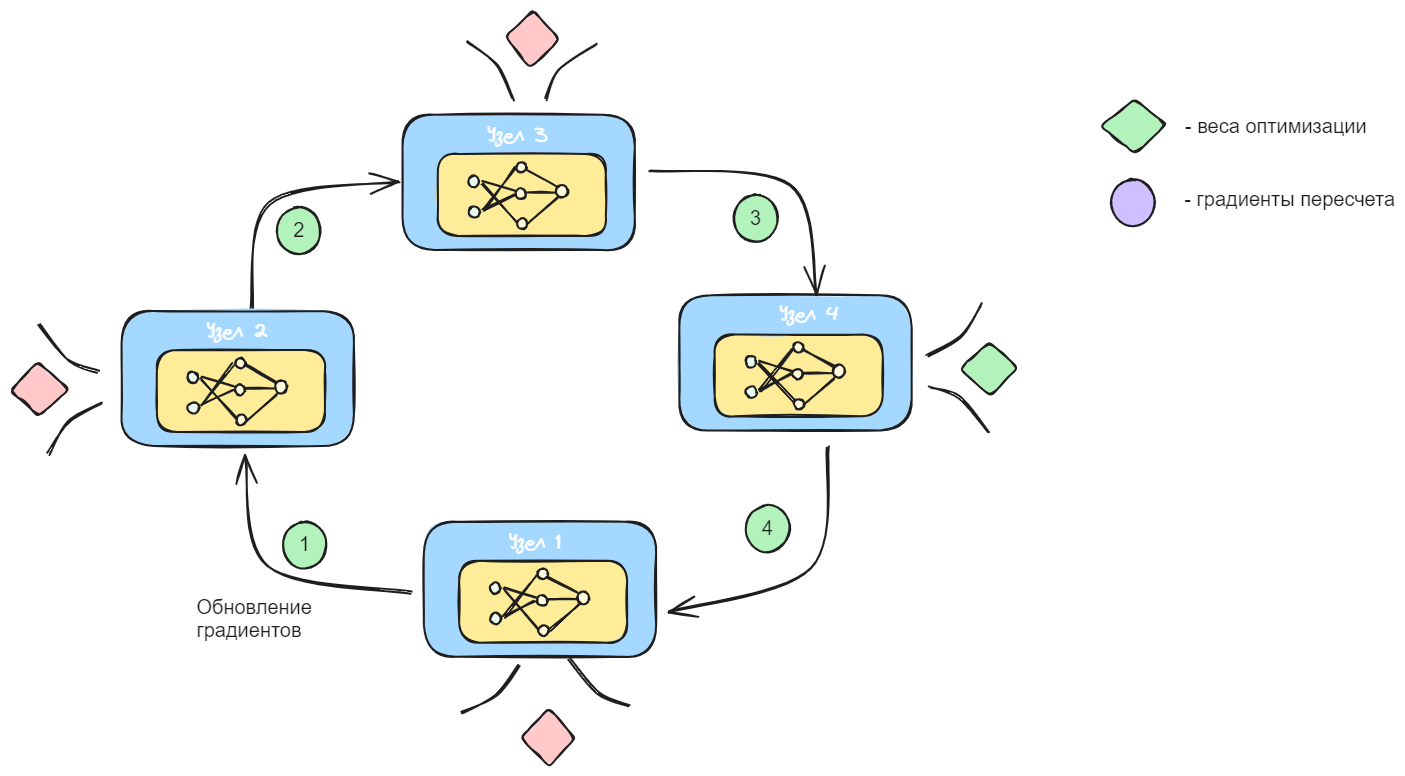
Earlier version of the Excalidraw export diplom/assets/math/distributed/ring.excalidraw.png (NMashalov/EducationGenerativeModelApplication). Source tidied: one line per element, renumbered; positions are measured from the earlier drawing's top-left corner, leaving out a move shared by most shapes.
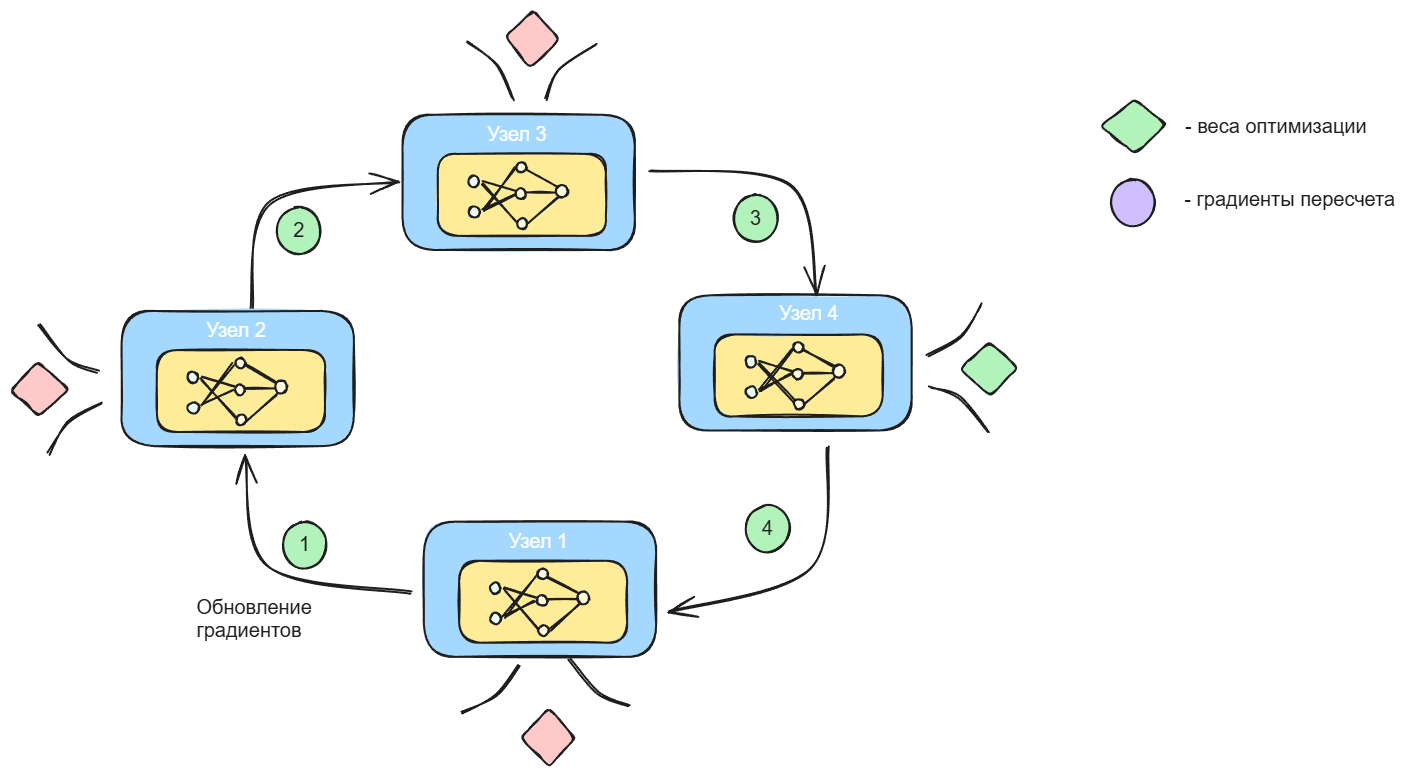
The same file after the commit.

Diff of the diagram source:
```diff
@@ -1,6 +1,6 @@
 {"id": 0, "type": "rectangle", "strokeColor": "#1e1e1e", "backgroundColor": "#a5d8ff", "fillStyle": "solid", "strokeWidth": 2, "roughness": 1, "round": true, "x": 412, "y": 512, "width": 232, "height": 135}
 {"id": 1, "type": "rectangle", "strokeColor": "#1e1e1e", "backgroundColor": "#ffec99", "fillStyle": "solid", "strokeWidth": 2, "roughness": 1, "round": true, "x": 447, "y": 551, "width": 168, "height": 82}
-{"id": 2, "type": "text", "text": "Узел 1 ", "strokeColor": "#ffffff", "backgroundColor": "#ffec99", "fillStyle": "solid", "strokeWidth": 2, "roughness": 1, "fontSize": 20, "fontFamily": 1, "x": 497, "y": 520, "width": 62, "height": 25}
+{"id": 2, "type": "text", "text": "Узел 1 ", "strokeColor": "#ffffff", "backgroundColor": "#ffec99", "fillStyle": "solid", "strokeWidth": 2, "roughness": 1, "fontSize": 20, "fontFamily": 2, "x": 497, "y": 520, "width": 65, "height": 23}
 {"id": 3, "type": "arrow", "strokeColor": "#1e1e1e", "backgroundColor": "#ffec99", "fillStyle": "solid", "strokeWidth": 2, "roughness": 1, "endArrowhead": "arrow", "round": true, "from": 0, "to": 43, "x": 399, "y": 582, "width": 165, "height": 136, "points": [[0, 0], [-143, -26], [-165, -136]]}
 {"id": 4, "type": "text", "text": "Обновление\nградиентов", "strokeColor": "#1e1e1e", "backgroundColor": "#ffec99", "fillStyle": "solid", "strokeWidth": 2, "roughness": 1, "fontSize": 20, "fontFamily": 2, "x": 184, "y": 587, "width": 115, "height": 46}
 {"id": 5, "type": "arrow", "strokeColor": "#1e1e1e", "angle": 1.57, "backgroundColor": "#ffec99", "fillStyle": "solid", "strokeWidth": 2, "roughness": 1, "endArrowhead": "arrow", "round": true, "from": 45, "to": 75, "x": 376, "y": 310, "width": 127, "height": 148, "points": [[0, 0], [-106, -18], [-127, -148]]}
@@ -43,7 +43,7 @@
 {"id": 42, "type": "ellipse", "strokeColor": "#1e1e1e", "angle": 1.58, "backgroundColor": "#fff9db", "fillStyle": "solid", "strokeWidth": 2, "roughness": 1, "round": true, "x": 526, "y": 559, "width": 10, "height": 10}
 {"id": 43, "type": "rectangle", "strokeColor": "#1e1e1e", "backgroundColor": "#a5d8ff", "fillStyle": "solid", "strokeWidth": 2, "roughness": 1, "round": true, "x": 110, "y": 301, "width": 232, "height": 135}
 {"id": 44, "type": "rectangle", "strokeColor": "#1e1e1e", "backgroundColor": "#ffec99", "fillStyle": "solid", "strokeWidth": 2, "roughness": 1, "round": true, "x": 145, "y": 340, "width": 168, "height": 82}
-{"id": 45, "type": "text", "text": "Узел 2", "strokeColor": "#ffffff", "backgroundColor": "#ffec99", "fillStyle": "solid", "strokeWidth": 2, "roughness": 1, "fontSize": 20, "fontFamily": 1, "x": 194, "y": 309, "width": 61, "height": 25}
+{"id": 45, "type": "text", "text": "Узел 2", "strokeColor": "#ffffff", "backgroundColor": "#ffec99", "fillStyle": "solid", "strokeWidth": 2, "roughness": 1, "fontSize": 20, "fontFamily": 2, "x": 194, "y": 309, "width": 59, "height": 23}
 {"id": 46, "type": "ellipse", "strokeColor": "#1e1e1e", "angle": 1.58, "backgroundColor": "#ebfbee", "fillStyle": "solid", "strokeWidth": 2, "roughness": 1, "round": true, "x": 175, "y": 362, "width": 11, "height": 10}
 {"id": 47, "type": "ellipse", "strokeColor": "#1e1e1e", "angle": 1.58, "backgroundColor": "#ebfbee", "fillStyle": "solid", "strokeWidth": 2, "roughness": 1, "round": true, "x": 176, "y": 392, "width": 11, "height": 11}
 {"id": 48, "type": "line", "strokeColor": "#1e1e1e", "angle": 1.58, "backgroundColor": "#ebfbee", "fillStyle": "solid", "strokeWidth": 2, "roughness": 1, "round": true, "x": 227, "y": 391, "width": 43, "height": 32, "points": [[0, 0], [-43, -32]]}
@@ -59,7 +59,7 @@
 {"id": 58, "type": "ellipse", "strokeColor": "#1e1e1e", "angle": 1.58, "backgroundColor": "#fff9db", "fillStyle": "solid", "strokeWidth": 2, "roughness": 1, "round": true, "x": 223, "y": 348, "width": 10, "height": 10}
 {"id": 59, "type": "rectangle", "strokeColor": "#1e1e1e", "backgroundColor": "#a5d8ff", "fillStyle": "solid", "strokeWidth": 2, "roughness": 1, "round": true, "x": 667, "y": 285, "width": 232, "height": 135}
 {"id": 60, "type": "rectangle", "strokeColor": "#1e1e1e", "backgroundColor": "#ffec99", "fillStyle": "solid", "strokeWidth": 2, "roughness": 1, "round": true, "x": 703, "y": 324, "width": 168, "height": 82}
-{"id": 61, "type": "text", "text": "Узел 4", "strokeColor": "#ffffff", "backgroundColor": "#ffec99", "fillStyle": "solid", "strokeWidth": 2, "roughness": 1, "fontSize": 20, "fontFamily": 1, "x": 767, "y": 292, "width": 60, "height": 25}
+{"id": 61, "type": "text", "text": "Узел 4", "strokeColor": "#ffffff", "backgroundColor": "#ffec99", "fillStyle": "solid", "strokeWidth": 2, "roughness": 1, "fontSize": 20, "fontFamily": 2, "x": 767, "y": 292, "width": 59, "height": 23}
 {"id": 62, "type": "ellipse", "strokeColor": "#1e1e1e", "angle": 1.58, "backgroundColor": "#ebfbee", "fillStyle": "solid", "strokeWidth": 2, "roughness": 1, "round": true, "x": 733, "y": 347, "width": 11, "height": 10}
 {"id": 63, "type": "ellipse", "strokeColor": "#1e1e1e", "angle": 1.58, "backgroundColor": "#ebfbee", "fillStyle": "solid", "strokeWidth": 2, "roughness": 1, "round": true, "x": 734, "y": 377, "width": 11, "height": 11}
 {"id": 64, "type": "line", "strokeColor": "#1e1e1e", "angle": 1.58, "backgroundColor": "#ebfbee", "fillStyle": "solid", "strokeWidth": 2, "roughness": 1, "round": true, "x": 785, "y": 375, "width": 43, "height": 32, "points": [[0, 0], [-43, -32]]}
@@ -75,7 +75,7 @@
 {"id": 74, "type": "ellipse", "strokeColor": "#1e1e1e", "angle": 1.58, "backgroundColor": "#fff9db", "fillStyle": "solid", "strokeWidth": 2, "roughness": 1, "round": true, "x": 781, "y": 332, "width": 10, "height": 10}
 {"id": 75, "type": "rectangle", "strokeColor": "#1e1e1e", "backgroundColor": "#a5d8ff", "fillStyle": "solid", "strokeWidth": 2, "roughness": 1, "round": true, "x": 391, "y": 105, "width": 232, "height": 135}
 {"id": 76, "type": "rectangle", "strokeColor": "#1e1e1e", "backgroundColor": "#ffec99", "fillStyle": "solid", "strokeWidth": 2, "roughness": 1, "round": true, "x": 426, "y": 144, "width": 168, "height": 82}
-{"id": 77, "type": "text", "text": "Узел 3", "strokeColor": "#ffffff", "backgroundColor": "#ffec99", "fillStyle": "solid", "strokeWidth": 2, "roughness": 1, "fontSize": 20, "fontFamily": 1, "x": 475, "y": 113, "width": 61, "height": 25}
+{"id": 77, "type": "text", "text": "Узел 3", "strokeColor": "#ffffff", "backgroundColor": "#ffec99", "fillStyle": "solid", "strokeWidth": 2, "roughness": 1, "fontSize": 20, "fontFamily": 2, "x": 475, "y": 113, "width": 59, "height": 23}
 {"id": 78, "type": "ellipse", "strokeColor": "#1e1e1e", "angle": 1.58, "backgroundColor": "#ebfbee", "fillStyle": "solid", "strokeWidth": 2, "roughness": 1, "round": true, "x": 456, "y": 166, "width": 11, "height": 10}
 {"id": 79, "type": "ellipse", "strokeColor": "#1e1e1e", "angle": 1.58, "backgroundColor": "#ebfbee", "fillStyle": "solid", "strokeWidth": 2, "roughness": 1, "round": true, "x": 457, "y": 196, "width": 11, "height": 11}
 {"id": 80, "type": "line", "strokeColor": "#1e1e1e", "angle": 1.58, "backgroundColor": "#ebfbee", "fillStyle": "solid", "strokeWidth": 2, "roughness": 1, "round": true, "x": 508, "y": 195, "width": 43, "height": 32, "points": [[0, 0], [-43, -32]]}
```
